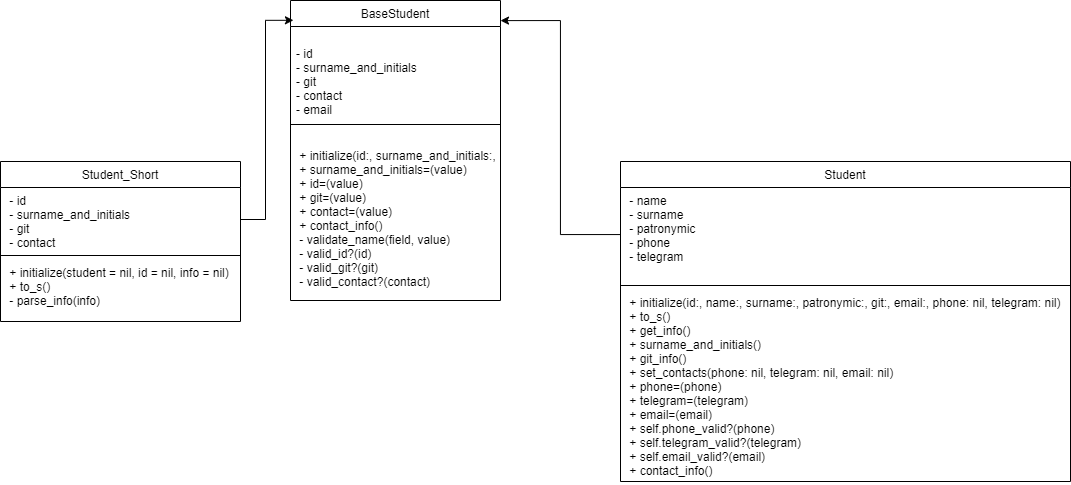
This is student3/Student.png from ChlnCh0pa/ruby1, a draw.io export, as it was before one commit. Source tidied: cells renumbered, new cells last; positions are measured from the earlier drawing's top-left corner, leaving out a move shared by most shapes.
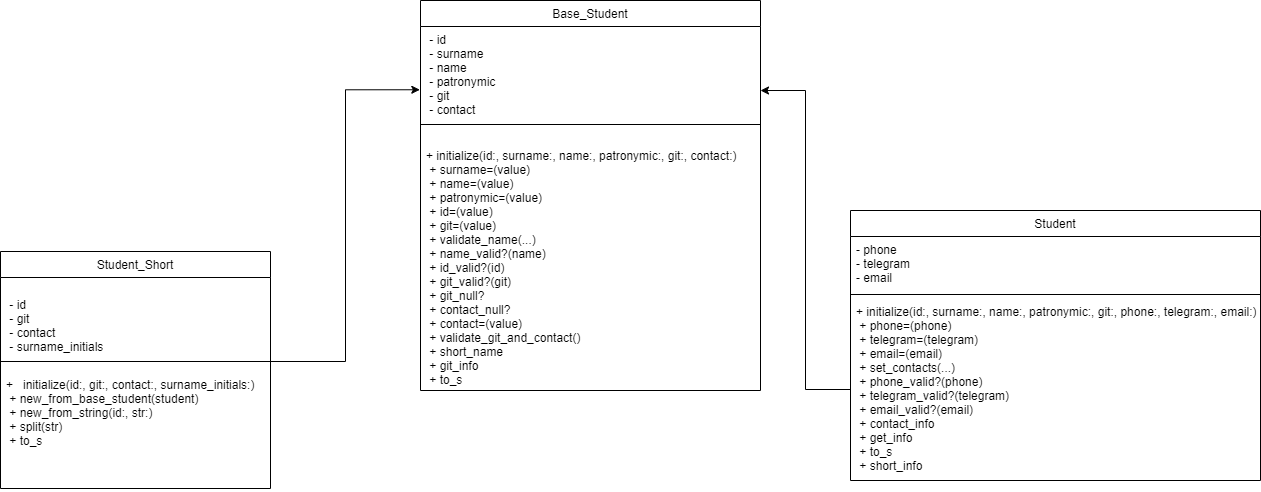
Later version of the same file.

Change to the diagram source:
```diff
@@ -2,47 +2,47 @@
   <root>
     <mxCell id="0" />
     <mxCell id="1" parent="0" />
+    <mxCell id="16" value="Base_Student" style="swimlane;fontStyle=0;align=center;verticalAlign=top;horizontal=1;startSize=26;rounded=0;shadow=0;strokeWidth=1;" parent="1" vertex="1">
+      <mxGeometry x="290" y="-90" width="340" height="390" as="geometry" />
+    </mxCell>
+    <mxCell id="17" value=" - id                &#10; - surname           &#10; - name              &#10; - patronymic        &#10; - git               &#10; - contact" style="text;align=left;verticalAlign=top;spacingLeft=4;spacingRight=4;overflow=hidden;points=[[0,0.5],[1,0.5]];portConstraint=eastwest;rounded=0;shadow=0;html=0;" parent="16" vertex="1">
+      <mxGeometry y="26" width="340" height="94" as="geometry" />
+    </mxCell>
+    <mxCell id="18" style="line;html=1;strokeWidth=1;align=left;verticalAlign=middle;spacingTop=-1;spacingLeft=3;spacingRight=3;labelPosition=right;" parent="16" vertex="1">
+      <mxGeometry y="120" width="340" height="8" as="geometry" />
+    </mxCell>
+    <mxCell id="19" value="&#10;+ initialize(id:, surname:, name:, patronymic:, git:, contact:)  &#10; + surname=(value)   &#10; + name=(value)      &#10; + patronymic=(value)&#10; + id=(value)        &#10; + git=(value)       &#10; + validate_name(...) &#10; + name_valid?(name)  &#10; + id_valid?(id)      &#10; + git_valid?(git)    &#10; + git_null?          &#10; + contact_null?      &#10; + contact=(value)    &#10; + validate_git_and_contact()&#10; + short_name         &#10; + git_info           &#10; + to_s   " style="text;align=left;verticalAlign=top;spacingLeft=4;spacingRight=4;overflow=hidden;" parent="16" vertex="1">
+      <mxGeometry y="128" width="340" height="262" as="geometry" />
+    </mxCell>
     <mxCell id="2" value="Student" style="swimlane;fontStyle=0;align=center;verticalAlign=top;horizontal=1;startSize=26;rounded=0;shadow=0;strokeWidth=1;" parent="1" vertex="1">
-      <mxGeometry x="620" y="161" width="450" height="320" as="geometry" />
+      <mxGeometry x="720" y="120" width="410" height="270" as="geometry" />
     </mxCell>
-    <mxCell id="3" value=" - name              &#10; - surname           &#10; - patronymic        &#10; - phone             &#10; - telegram " style="text;align=left;verticalAlign=top;spacingLeft=4;spacingRight=4;overflow=hidden;points=[[0,0.5],[1,0.5]];portConstraint=eastwest;rounded=0;shadow=0;html=0;" parent="2" vertex="1">
-      <mxGeometry y="26" width="450" height="94" as="geometry" />
+    <mxCell id="3" value="- phone             &#10;- telegram          &#10;- email " style="text;align=left;verticalAlign=top;spacingLeft=4;spacingRight=4;overflow=hidden;points=[[0,0.5],[1,0.5]];portConstraint=eastwest;rounded=0;shadow=0;html=0;" parent="2" vertex="1">
+      <mxGeometry y="26" width="410" height="54" as="geometry" />
     </mxCell>
     <mxCell id="4" style="line;html=1;strokeWidth=1;align=left;verticalAlign=middle;spacingTop=-1;spacingLeft=3;spacingRight=3;labelPosition=right;" parent="2" vertex="1">
-      <mxGeometry y="120" width="450" height="8" as="geometry" />
+      <mxGeometry y="80" width="410" height="8" as="geometry" />
     </mxCell>
-    <mxCell id="5" value=" + initialize(id:, name:, surname:, patronymic:, git:, email:, phone: nil, telegram: nil)&#10; + to_s()                  &#10; + get_info()             &#10; + surname_and_initials()  &#10; + git_info()              &#10; + set_contacts(phone: nil, telegram: nil, email: nil) &#10; + phone=(phone)           &#10; + telegram=(telegram)     &#10; + email=(email)           &#10; + self.phone_valid?(phone)&#10; + self.telegram_valid?(telegram) &#10; + self.email_valid?(email)&#10; + contact_info()     " style="text;align=left;verticalAlign=top;spacingLeft=4;spacingRight=4;overflow=hidden;points=[[0,0.5],[1,0.5]];portConstraint=eastwest;" parent="2" vertex="1">
-      <mxGeometry y="128" width="450" height="192" as="geometry" />
+    <mxCell id="5" value="+ initialize(id:, surname:, name:, patronymic:, git:, phone:, telegram:, email:)  &#10; + phone=(phone)     &#10; + telegram=(telegram)&#10; + email=(email)      &#10; + set_contacts(...)  &#10; + phone_valid?(phone)&#10; + telegram_valid?(telegram)&#10; + email_valid?(email)&#10; + contact_info       &#10; + get_info           &#10; + to_s               &#10; + short_info" style="text;align=left;verticalAlign=top;spacingLeft=4;spacingRight=4;overflow=hidden;points=[[0,0.5],[1,0.5]];portConstraint=eastwest;" parent="2" vertex="1">
+      <mxGeometry y="88" width="410" height="182" as="geometry" />
     </mxCell>
     <mxCell id="6" value="Student_Short" style="swimlane;fontStyle=0;align=center;verticalAlign=top;horizontal=1;startSize=26;rounded=0;shadow=0;strokeWidth=1;" parent="1" vertex="1">
-      <mxGeometry y="161" width="240" height="160" as="geometry" />
+      <mxGeometry x="-130" y="161" width="270" height="237" as="geometry" />
     </mxCell>
-    <mxCell id="7" value=" - id                &#10; - surname_and_initials&#10; - git               &#10; - contact " style="text;align=left;verticalAlign=top;spacingLeft=4;spacingRight=4;overflow=hidden;points=[[0,0.5],[1,0.5]];portConstraint=eastwest;rounded=0;shadow=0;html=0;" parent="6" vertex="1">
-      <mxGeometry y="26" width="240" height="64" as="geometry" />
+    <mxCell id="7" value="&#10; - id                &#10; - git               &#10; - contact           &#10; - surname_initials  " style="text;align=left;verticalAlign=top;spacingLeft=4;spacingRight=4;overflow=hidden;points=[[0,0.5],[1,0.5]];portConstraint=eastwest;rounded=0;shadow=0;html=0;" parent="6" vertex="1">
+      <mxGeometry y="26" width="270" height="74" as="geometry" />
     </mxCell>
     <mxCell id="8" style="line;html=1;strokeWidth=1;align=left;verticalAlign=middle;spacingTop=-1;spacingLeft=3;spacingRight=3;labelPosition=right;points=[];portConstraint=eastwest;" parent="6" vertex="1">
-      <mxGeometry y="90" width="240" height="8" as="geometry" />
+      <mxGeometry y="100" width="270" height="20" as="geometry" />
     </mxCell>
-    <mxCell id="9" value=" + initialize(student = nil, id = nil, info = nil) &#10; + to_s()                                          &#10; - parse_info(info)" style="text;align=left;verticalAlign=top;spacingLeft=4;spacingRight=4;overflow=hidden;" parent="6" vertex="1">
-      <mxGeometry y="98" width="240" height="62" as="geometry" />
+    <mxCell id="9" value="+   initialize(id:, git:, contact:, surname_initials:)  &#10; + new_from_base_student(student)&#10; + new_from_string(id:, str:)&#10; + split(str)         &#10; + to_s               &#10;" style="text;align=left;verticalAlign=top;spacingLeft=4;spacingRight=4;overflow=hidden;" parent="6" vertex="1">
+      <mxGeometry y="120" width="270" height="117" as="geometry" />
     </mxCell>
-    <mxCell id="10" value="BaseStudent" style="swimlane;fontStyle=0;align=center;verticalAlign=top;horizontal=1;startSize=26;rounded=0;shadow=0;strokeWidth=1;" parent="1" vertex="1">
-      <mxGeometry x="290" width="210" height="300" as="geometry" />
-    </mxCell>
-    <mxCell id="11" value="&#10;- id                &#10;- surname_and_initials&#10;- git               &#10;- contact           &#10;- email" style="text;align=left;verticalAlign=top;spacingLeft=4;spacingRight=4;overflow=hidden;rounded=0;shadow=0;html=0;" parent="10" vertex="1">
-      <mxGeometry y="26" width="210" height="94" as="geometry" />
-    </mxCell>
-    <mxCell id="12" style="line;html=1;strokeWidth=1;align=left;verticalAlign=middle;spacingTop=-1;spacingLeft=3;spacingRight=3;labelPosition=right;" parent="10" vertex="1">
-      <mxGeometry y="120" width="210" height="8" as="geometry" />
-    </mxCell>
-    <mxCell id="13" value="&#10; + initialize(id:, surname_and_initials:, git:, contact: nil, email: nil) &#10; + surname_and_initials=(value) &#10; + id=(value)                &#10; + git=(value)              &#10; + contact=(value)          &#10; + contact_info()           &#10; - validate_name(field, value)&#10; - valid_id?(id)            &#10; - valid_git?(git)          &#10; - valid_contact?(contact)  " style="text;align=left;verticalAlign=top;spacingLeft=4;spacingRight=4;overflow=hidden;" parent="10" vertex="1">
-      <mxGeometry y="128" width="210" height="172" as="geometry" />
-    </mxCell>
-    <mxCell id="14" style="edgeStyle=orthogonalEdgeStyle;rounded=0;jettySize=auto;html=1;entryX=0.014;entryY=0.066;entryDx=0;entryDy=0;entryPerimeter=0;" parent="1" edge="1" source="7" target="10">
-      <mxGeometry relative="1" as="geometry" />
-    </mxCell>
-    <mxCell id="15" style="edgeStyle=orthogonalEdgeStyle;rounded=0;jettySize=auto;html=1;entryX=1;entryY=0.067;entryDx=0;entryDy=0;entryPerimeter=0;" parent="1" edge="1" source="3" target="10">
-      <mxGeometry relative="1" as="geometry" />
-    </mxCell>
+    <mxCell id="20" style="edgeStyle=orthogonalEdgeStyle;rounded=0;jettySize=auto;html=1;entryX=-0.002;entryY=0.673;entryDx=0;entryDy=0;entryPerimeter=0;" parent="1" edge="1" source="8" target="17">
+      <mxGeometry relative="1" as="geometry" />
+    </mxCell>
+    <mxCell id="21" style="edgeStyle=orthogonalEdgeStyle;rounded=0;jettySize=auto;html=1;entryX=1;entryY=0.681;entryDx=0;entryDy=0;entryPerimeter=0;" parent="1" edge="1" source="5" target="17">
+      <mxGeometry relative="1" as="geometry" />
+    </mxCell>
   </root>
 </mxGraphModel>
```
